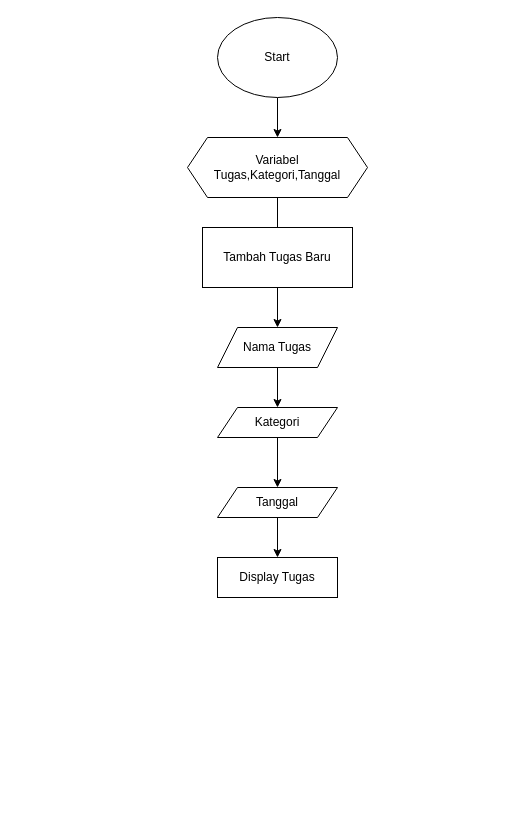
The draw.io diagram Flowchart.drawio in dmsgalih/dimasgalih_argipangestu-Daftar-pekerjaanku_app, before the edit. Source tidied: cells renumbered, new cells numbered last; positions are measured from the earlier drawing's top-left corner, leaving out a move shared by most shapes. Both pictures are drawn from the tidied source at 100%, with x=0, y=0 at pixel (187, 17).
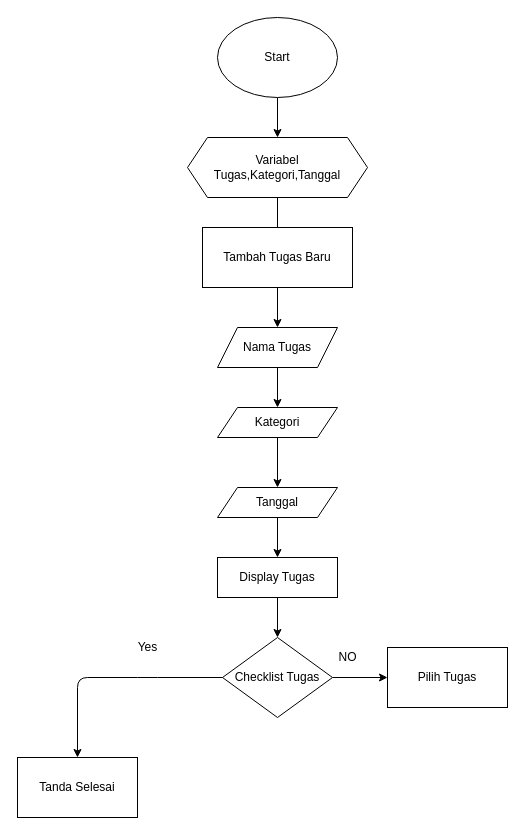
Above is the later version.

Commit message:
Kondisional Ceklis Tugas

Unchanged cells that the change refers to:
```xml
<mxCell id="13" value="Display Tugas" style="rounded=0;whiteSpace=wrap;html=1;" parent="1" vertex="1">
  <mxGeometry x="30" y="540" width="120" height="40" as="geometry" />
</mxCell>
```

Diff of the diagram source:
```diff
@@
+    <mxCell id="16" style="edgeStyle=none;html=1;entryX=0.5;entryY=0;entryDx=0;entryDy=0;" parent="1" edge="1" source="13" target="18">
+      <mxGeometry relative="1" as="geometry" />
+    </mxCell>
@@
+    <mxCell id="17" style="edgeStyle=none;html=1;" parent="1" edge="1" source="18" target="19">
+      <mxGeometry relative="1" as="geometry" />
+    </mxCell>
+    <mxCell id="18" value="Checklist Tugas" style="rhombus;whiteSpace=wrap;html=1;" parent="1" vertex="1">
+      <mxGeometry x="35" y="620" width="110" height="80" as="geometry" />
+    </mxCell>
+    <mxCell id="19" value="Pilih Tugas" style="rounded=0;whiteSpace=wrap;html=1;" parent="1" vertex="1">
+      <mxGeometry x="200" y="630" width="120" height="60" as="geometry" />
+    </mxCell>
+    <mxCell id="20" value="Tanda Selesai" style="rounded=0;whiteSpace=wrap;html=1;" parent="1" vertex="1">
+      <mxGeometry x="-170" y="740" width="120" height="60" as="geometry" />
+    </mxCell>
+    <mxCell id="21" style="endArrow=classic;html=1;exitX=0;exitY=0.5;exitDx=0;exitDy=0;entryX=0.5;entryY=0;entryDx=0;entryDy=0;" parent="1" edge="1" source="18" target="20">
+      <mxGeometry relative="1" as="geometry">
+        <Array as="points">
+          <mxPoint x="-40" y="660" />
+          <mxPoint x="-110" y="660" />
+        </Array>
+      </mxGeometry>
+    </mxCell>
+    <mxCell id="22" value="Yes" style="text;html=1;align=center;verticalAlign=middle;strokeColor=none;fillColor=none;" parent="1" vertex="1">
+      <mxGeometry x="-60" y="620" width="40" height="20" as="geometry" />
+    </mxCell>
+    <mxCell id="23" value="NO" style="text;html=1;align=center;verticalAlign=middle;strokeColor=none;fillColor=none;" parent="1" vertex="1">
+      <mxGeometry x="145" y="630" width="30" height="20" as="geometry" />
+    </mxCell>
```
